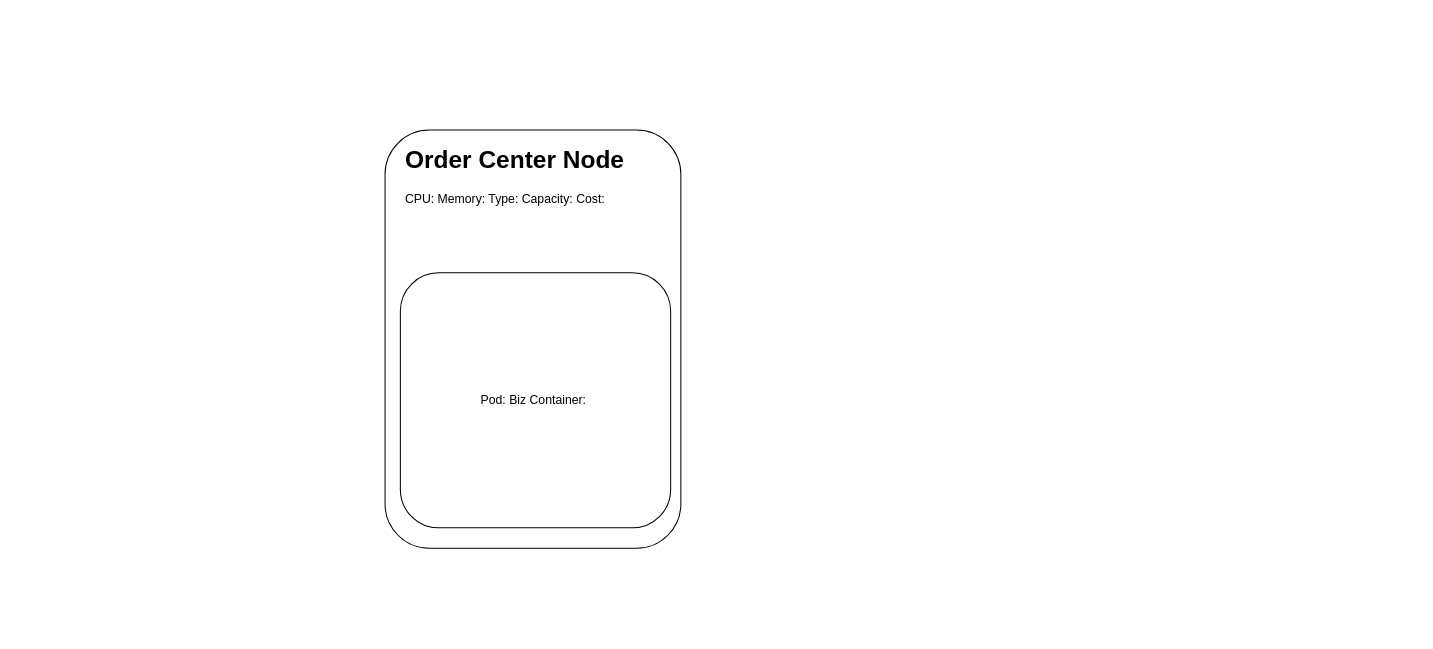
sotheair/designs keeps this draw.io diagram as Mid Layer Platform Deployment Architecture.drawio. Above is the earlier version. Source tidied: cells renumbered, new cells numbered last; positions are measured from the earlier drawing's top-left corner, leaving out a move shared by most shapes. Both pictures are drawn from the tidied source at 102%, with x=0, y=0 at pixel (385, 130).
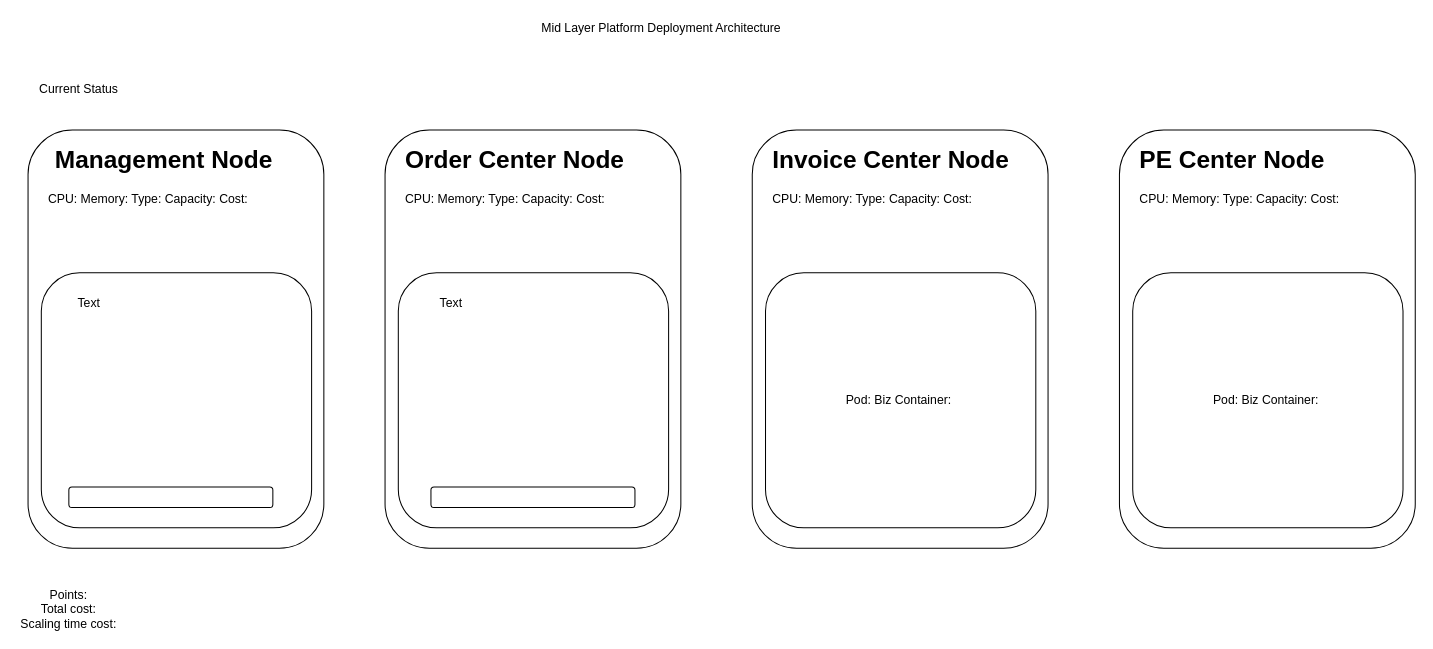
The same page after the edit.

The edit, as a diff of the source:
```diff
@@
-    <mxCell id="4" value="Pod: Biz Container:&amp;nbsp;" style="rounded=1;whiteSpace=wrap;html=1;" parent="1" vertex="1">
-      <mxGeometry x="15" y="140" width="265" height="250" as="geometry" />
+    <mxCell id="4" style="rounded=1;whiteSpace=wrap;html=1;" parent="1" vertex="1">
+      <mxGeometry x="13" y="140" width="265" height="250" as="geometry" />
     </mxCell>
+    <mxCell id="5" value="Current Status" style="text;html=1;strokeColor=none;fillColor=none;align=center;verticalAlign=middle;whiteSpace=wrap;rounded=0;" parent="1" vertex="1">
+      <mxGeometry x="-350" y="-50" width="100" height="20" as="geometry" />
+    </mxCell>
+    <mxCell id="6" value="Mid Layer Platform Deployment Architecture" style="text;html=1;strokeColor=none;fillColor=none;align=center;verticalAlign=middle;whiteSpace=wrap;rounded=0;" parent="1" vertex="1">
+      <mxGeometry x="110" y="-110" width="322" height="20" as="geometry" />
+    </mxCell>
+    <mxCell id="7" value="Points:&lt;br&gt;Total cost:&lt;br&gt;Scaling time cost:" style="text;html=1;strokeColor=none;fillColor=none;align=center;verticalAlign=middle;whiteSpace=wrap;rounded=0;" parent="1" vertex="1">
+      <mxGeometry x="-360" y="460" width="100" height="20" as="geometry" />
+    </mxCell>
+    <mxCell id="8" style="rounded=1;whiteSpace=wrap;html=1;" parent="1" vertex="1">
+      <mxGeometry x="360" width="290" height="410" as="geometry" />
+    </mxCell>
+    <mxCell id="9" value="&lt;h1&gt;Invoice Center Node&lt;/h1&gt;&lt;p&gt;CPU: Memory: Type: Capacity: Cost:&amp;nbsp;&lt;br&gt;&lt;/p&gt;" style="text;html=1;strokeColor=none;fillColor=none;spacing=5;spacingTop=-20;whiteSpace=wrap;overflow=hidden;rounded=0;" parent="1" vertex="1">
+      <mxGeometry x="375" y="10" width="245" height="120" as="geometry" />
+    </mxCell>
+    <mxCell id="10" value="Pod: Biz Container:&amp;nbsp;" style="rounded=1;whiteSpace=wrap;html=1;" parent="1" vertex="1">
+      <mxGeometry x="373" y="140" width="265" height="250" as="geometry" />
+    </mxCell>
+    <mxCell id="11" style="rounded=1;whiteSpace=wrap;html=1;" parent="1" vertex="1">
+      <mxGeometry x="720" width="290" height="410" as="geometry" />
+    </mxCell>
+    <mxCell id="12" value="&lt;h1&gt;PE Center Node&lt;/h1&gt;&lt;p&gt;CPU: Memory: Type: Capacity: Cost:&amp;nbsp;&lt;br&gt;&lt;/p&gt;" style="text;html=1;strokeColor=none;fillColor=none;spacing=5;spacingTop=-20;whiteSpace=wrap;overflow=hidden;rounded=0;" parent="1" vertex="1">
+      <mxGeometry x="735" y="10" width="225" height="120" as="geometry" />
+    </mxCell>
+    <mxCell id="13" value="Pod: Biz Container:&amp;nbsp;" style="rounded=1;whiteSpace=wrap;html=1;" parent="1" vertex="1">
+      <mxGeometry x="733" y="140" width="265" height="250" as="geometry" />
+    </mxCell>
+    <mxCell id="14" style="rounded=1;whiteSpace=wrap;html=1;" parent="1" vertex="1">
+      <mxGeometry x="-350" width="290" height="410" as="geometry" />
+    </mxCell>
+    <mxCell id="15" value="&lt;h1&gt;&amp;nbsp;Management Node&lt;/h1&gt;&lt;p&gt;CPU: Memory: Type: Capacity: Cost:&amp;nbsp;&lt;br&gt;&lt;/p&gt;" style="text;html=1;strokeColor=none;fillColor=none;spacing=5;spacingTop=-20;whiteSpace=wrap;overflow=hidden;rounded=0;" parent="1" vertex="1">
+      <mxGeometry x="-335" y="10" width="235" height="120" as="geometry" />
+    </mxCell>
+    <mxCell id="16" style="rounded=1;whiteSpace=wrap;html=1;" parent="1" vertex="1">
+      <mxGeometry x="-337" y="140" width="265" height="250" as="geometry" />
+    </mxCell>
+    <mxCell id="17" style="rounded=1;whiteSpace=wrap;html=1;" parent="1" vertex="1">
+      <mxGeometry x="-310" y="350" width="200" height="20" as="geometry" />
+    </mxCell>
+    <mxCell id="18" value="Text" style="text;html=1;strokeColor=none;fillColor=none;align=center;verticalAlign=middle;whiteSpace=wrap;rounded=0;" parent="1" vertex="1">
+      <mxGeometry x="-310" y="160" width="40" height="20" as="geometry" />
+    </mxCell>
+    <mxCell id="19" value="Text" style="text;html=1;strokeColor=none;fillColor=none;align=center;verticalAlign=middle;whiteSpace=wrap;rounded=0;" parent="1" vertex="1">
+      <mxGeometry x="45" y="160" width="40" height="20" as="geometry" />
+    </mxCell>
+    <mxCell id="20" style="rounded=1;whiteSpace=wrap;html=1;" parent="1" vertex="1">
+      <mxGeometry x="45" y="350" width="200" height="20" as="geometry" />
+    </mxCell>
```
